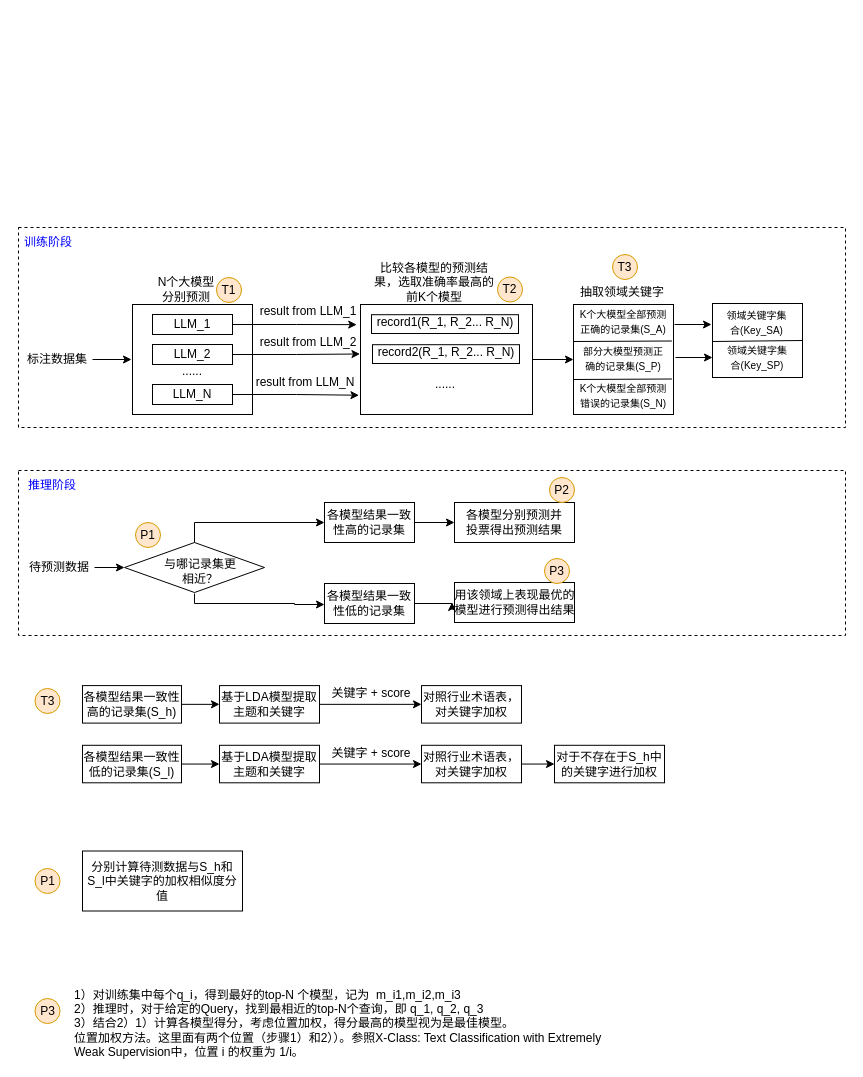
Before: patent_模型结果集成.drawio in CindyZX/drawio_figures, a draw.io diagram. Source tidied: cells renumbered, new cells numbered last; positions are measured from the earlier drawing's top-left corner, leaving out a move shared by most shapes. Both pictures are drawn from the tidied source at 100%, with x=0, y=0 at pixel (18, 227).
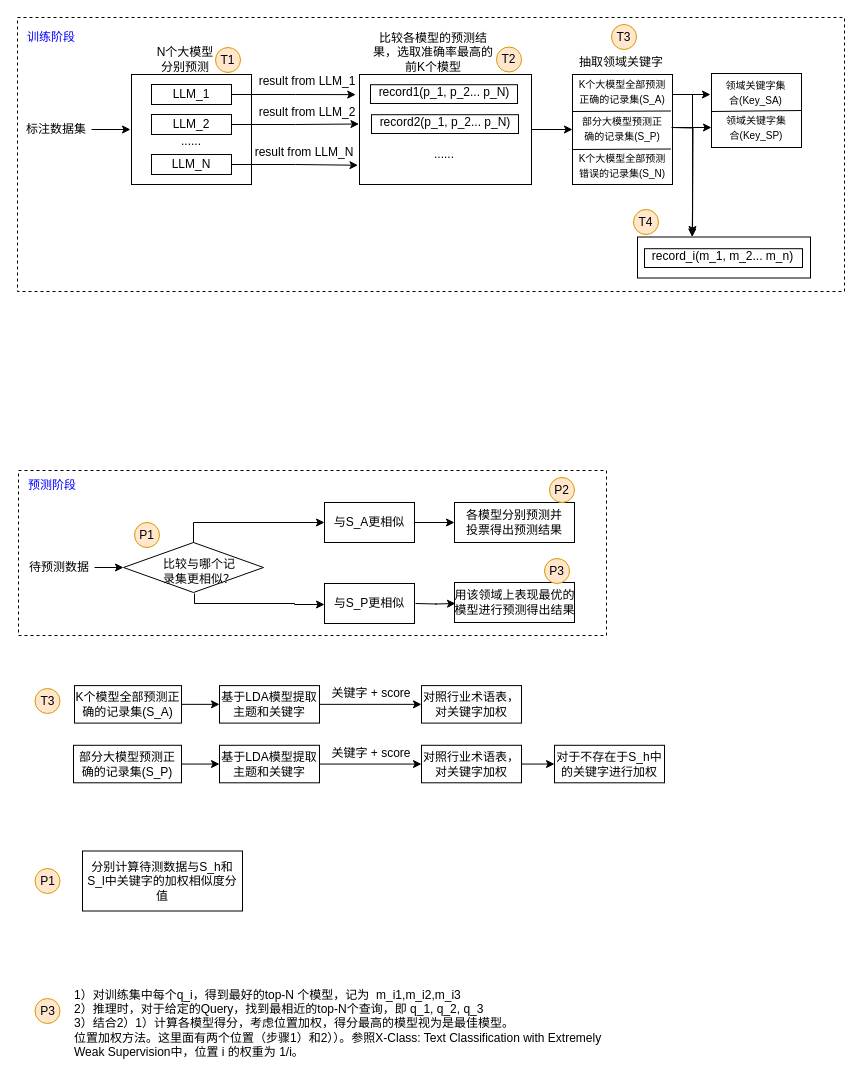
The same page after the edit.

Commit message:
更新patent_模型结果集成.drawio

The change refers to these unchanged cells:
```xml
<mxCell id="54" value="用该领域上表现最优的模型进行预测得出结果" style="text;html=1;align=center;verticalAlign=middle;whiteSpace=wrap;rounded=0;" parent="1" vertex="1">
  <mxGeometry x="433.5" y="360" width="125" height="30" as="geometry" />
</mxCell>
```

Diff of the diagram source:
```diff
@@
     <mxCell id="2" style="rounded=0;whiteSpace=wrap;html=1;dashed=1;" parent="1" vertex="1">
-      <mxGeometry y="243" width="827" height="165" as="geometry" />
+      <mxGeometry y="243" width="588" height="165" as="geometry" />
     </mxCell>
     <mxCell id="3" style="rounded=0;whiteSpace=wrap;html=1;dashed=1;" parent="1" vertex="1">
-      <mxGeometry width="827" height="200" as="geometry" />
+      <mxGeometry x="-1" y="-210" width="827" height="274" as="geometry" />
     </mxCell>
     <mxCell id="4" style="rounded=0;whiteSpace=wrap;html=1;" parent="1" vertex="1">
-      <mxGeometry x="114" y="77" width="120" height="110" as="geometry" />
+      <mxGeometry x="113" y="-153" width="120" height="110" as="geometry" />
     </mxCell>
     <mxCell id="5" value="标注数据集" style="text;html=1;align=center;verticalAlign=middle;whiteSpace=wrap;rounded=0;" parent="1" vertex="1">
-      <mxGeometry x="4" y="117" width="70" height="30" as="geometry" />
+      <mxGeometry x="3" y="-113" width="70" height="30" as="geometry" />
     </mxCell>
     <mxCell id="6" value="LLM_1" style="rounded=0;whiteSpace=wrap;html=1;" parent="1" vertex="1">
-      <mxGeometry x="134" y="87" width="80" height="20" as="geometry" />
+      <mxGeometry x="133" y="-143" width="80" height="20" as="geometry" />
     </mxCell>
     <mxCell id="7" value="LLM_2" style="rounded=0;whiteSpace=wrap;html=1;" parent="1" vertex="1">
-      <mxGeometry x="134" y="117" width="80" height="20" as="geometry" />
+      <mxGeometry x="133" y="-113" width="80" height="20" as="geometry" />
     </mxCell>
     <mxCell id="8" value="LLM_N" style="rounded=0;whiteSpace=wrap;html=1;" parent="1" vertex="1">
-      <mxGeometry x="134" y="157" width="80" height="20" as="geometry" />
+      <mxGeometry x="133" y="-73" width="80" height="20" as="geometry" />
     </mxCell>
     <mxCell id="9" value="......" style="text;html=1;align=center;verticalAlign=middle;whiteSpace=wrap;rounded=0;" parent="1" vertex="1">
-      <mxGeometry x="144" y="134" width="60" height="20" as="geometry" />
+      <mxGeometry x="143" y="-96" width="60" height="20" as="geometry" />
     </mxCell>
     <mxCell id="10" style="edgeStyle=orthogonalEdgeStyle;rounded=0;jettySize=auto;html=1;exitX=1;exitY=0.5;exitDx=0;exitDy=0;entryX=-0.008;entryY=0.566;entryDx=0;entryDy=0;entryPerimeter=0;" parent="1" edge="1" source="5">
       <mxGeometry relative="1" as="geometry">
-        <mxPoint x="113" y="132.3" as="targetPoint" />
+        <mxPoint x="112" y="-97.7" as="targetPoint" />
       </mxGeometry>
     </mxCell>
     <mxCell id="11" value="N个大模型分别预测" style="text;html=1;align=center;verticalAlign=middle;whiteSpace=wrap;rounded=0;" parent="1" vertex="1">
-      <mxGeometry x="138" y="47" width="60" height="30" as="geometry" />
+      <mxGeometry x="137" y="-183" width="60" height="30" as="geometry" />
     </mxCell>
@@
     <mxCell id="13" style="rounded=0;whiteSpace=wrap;html=1;" parent="1" vertex="1">
-      <mxGeometry x="342" y="77" width="172" height="110" as="geometry" />
+      <mxGeometry x="341" y="-153" width="172" height="110" as="geometry" />
     </mxCell>
     <mxCell id="14" value="比较各模型的预测结果，选取准确率最高的前K个模型" style="text;html=1;align=center;verticalAlign=middle;whiteSpace=wrap;rounded=0;" parent="1" vertex="1">
-      <mxGeometry x="353" y="40" width="126" height="30" as="geometry" />
+      <mxGeometry x="352" y="-190" width="126" height="30" as="geometry" />
     </mxCell>
@@
     <mxCell id="16" value="result from LLM_1" style="text;html=1;align=center;verticalAlign=middle;whiteSpace=wrap;rounded=0;" parent="1" vertex="1">
-      <mxGeometry x="240" y="69" width="100" height="30" as="geometry" />
+      <mxGeometry x="239" y="-161" width="100" height="30" as="geometry" />
     </mxCell>
@@
     <mxCell id="18" value="result from LLM_2" style="text;html=1;align=center;verticalAlign=middle;whiteSpace=wrap;rounded=0;" parent="1" vertex="1">
-      <mxGeometry x="240" y="100" width="100" height="30" as="geometry" />
+      <mxGeometry x="239" y="-130" width="100" height="30" as="geometry" />
     </mxCell>
@@
     <mxCell id="20" value="result from LLM_N" style="text;html=1;align=center;verticalAlign=middle;whiteSpace=wrap;rounded=0;" parent="1" vertex="1">
-      <mxGeometry x="235" y="140" width="104" height="30" as="geometry" />
+      <mxGeometry x="234" y="-90" width="104" height="30" as="geometry" />
     </mxCell>
     <mxCell id="21" style="group;" parent="1" vertex="1">
-      <mxGeometry x="353" y="86" width="147" height="20" as="geometry" />
+      <mxGeometry x="352" y="-144" width="147" height="20" as="geometry" />
     </mxCell>
@@
-    <mxCell id="23" value="record1(R_1, R_2... R_N)" style="text;html=1;align=center;verticalAlign=middle;whiteSpace=wrap;rounded=0;" parent="21" vertex="1">
+    <mxCell id="23" value="record1(p_1, p_2... p_N)" style="text;html=1;align=center;verticalAlign=middle;whiteSpace=wrap;rounded=0;" parent="21" vertex="1">
       <mxGeometry x="3.5" width="140" height="18.8" as="geometry" />
     </mxCell>
     <mxCell id="24" style="group;" parent="1" vertex="1">
-      <mxGeometry x="354" y="116" width="147" height="20" as="geometry" />
+      <mxGeometry x="353" y="-114" width="147" height="20" as="geometry" />
     </mxCell>
@@
-    <mxCell id="26" value="record2(R_1, R_2... R_N)" style="text;html=1;align=center;verticalAlign=middle;whiteSpace=wrap;rounded=0;" parent="24" vertex="1">
+    <mxCell id="26" value="record2(p_1, p_2... p_N)" style="text;html=1;align=center;verticalAlign=middle;whiteSpace=wrap;rounded=0;" parent="24" vertex="1">
       <mxGeometry x="3.5" width="140" height="18.8" as="geometry" />
     </mxCell>
     <mxCell id="27" value="......" style="text;html=1;align=center;verticalAlign=middle;whiteSpace=wrap;rounded=0;" parent="1" vertex="1">
-      <mxGeometry x="396.5" y="147" width="60" height="20" as="geometry" />
+      <mxGeometry x="395.5" y="-83" width="60" height="20" as="geometry" />
     </mxCell>
+    <mxCell id="85" style="edgeStyle=orthogonalEdgeStyle;rounded=0;jettySize=auto;html=1;exitX=1;exitY=0.75;exitDx=0;exitDy=0;entryX=0.316;entryY=0;entryDx=0;entryDy=0;entryPerimeter=0;" parent="1" edge="1" source="28" target="87">
+      <mxGeometry relative="1" as="geometry">
+        <Array as="points">
+          <mxPoint x="654" y="-133" />
+          <mxPoint x="674" y="-133" />
+          <mxPoint x="674" y="-17" />
+          <mxPoint x="673" y="-17" />
+        </Array>
+      </mxGeometry>
+    </mxCell>
     <mxCell id="28" style="rounded=0;whiteSpace=wrap;html=1;" parent="1" vertex="1">
-      <mxGeometry x="555" y="77" width="100" height="110" as="geometry" />
+      <mxGeometry x="554" y="-153" width="100" height="110" as="geometry" />
     </mxCell>
     <mxCell id="29" style="endArrow=none;html=1;rounded=0;" parent="1" edge="1" target="28">
       <mxGeometry relative="1" as="geometry">
-        <mxPoint x="555" y="114.7" as="sourcePoint" />
+        <mxPoint x="554" y="-115.3" as="sourcePoint" />
       </mxGeometry>
     </mxCell>
     <mxCell id="30" style="endArrow=none;html=1;rounded=0;entryX=0.984;entryY=0.359;entryDx=0;entryDy=0;entryPerimeter=0;" parent="1" edge="1">
       <mxGeometry relative="1" as="geometry">
-        <mxPoint x="555" y="114" as="sourcePoint" />
-        <mxPoint x="653.4" y="113.5" as="targetPoint" />
+        <mxPoint x="554" y="-116" as="sourcePoint" />
+        <mxPoint x="652.4" y="-116.5" as="targetPoint" />
       </mxGeometry>
     </mxCell>
     <mxCell id="31" value="&lt;font style=&quot;font-size: 10px;&quot;&gt;K个大模型全部预测正确的记录集(S_A)&lt;/font&gt;" style="text;html=1;align=center;verticalAlign=middle;whiteSpace=wrap;rounded=0;" parent="1" vertex="1">
-      <mxGeometry x="560" y="79" width="90" height="30" as="geometry" />
+      <mxGeometry x="559" y="-151" width="90" height="30" as="geometry" />
     </mxCell>
     <mxCell id="32" value="&lt;font style=&quot;font-size: 10px;&quot;&gt;部分大模型预测正确的记录集(S_P)&lt;/font&gt;" style="text;html=1;align=center;verticalAlign=middle;whiteSpace=wrap;rounded=0;" parent="1" vertex="1">
-      <mxGeometry x="560" y="116" width="90" height="30" as="geometry" />
+      <mxGeometry x="559" y="-114" width="90" height="30" as="geometry" />
     </mxCell>
     <mxCell id="33" style="rounded=0;whiteSpace=wrap;html=1;" parent="1" vertex="1">
-      <mxGeometry x="694" y="76" width="90" height="74" as="geometry" />
+      <mxGeometry x="693" y="-154" width="90" height="74" as="geometry" />
     </mxCell>
     <mxCell id="34" style="endArrow=none;html=1;rounded=0;" parent="1" edge="1" target="33">
       <mxGeometry relative="1" as="geometry">
-        <mxPoint x="694" y="115.5" as="sourcePoint" />
+        <mxPoint x="693" y="-114.5" as="sourcePoint" />
       </mxGeometry>
     </mxCell>
     <mxCell id="35" style="endArrow=none;html=1;rounded=0;" parent="1" edge="1">
       <mxGeometry relative="1" as="geometry">
-        <mxPoint x="694" y="114" as="sourcePoint" />
-        <mxPoint x="784" y="113" as="targetPoint" />
+        <mxPoint x="693" y="-116" as="sourcePoint" />
+        <mxPoint x="783" y="-117" as="targetPoint" />
       </mxGeometry>
     </mxCell>
     <mxCell id="36" value="&lt;font style=&quot;font-size: 10px;&quot;&gt;领域关键字集合(Key_SA)&lt;/font&gt;" style="text;html=1;align=center;verticalAlign=middle;whiteSpace=wrap;rounded=0;" parent="1" vertex="1">
-      <mxGeometry x="707" y="80" width="63" height="30" as="geometry" />
+      <mxGeometry x="706" y="-150" width="63" height="30" as="geometry" />
     </mxCell>
     <mxCell id="37" value="&lt;font style=&quot;font-size: 10px;&quot;&gt;领域关键字集合(Key_SP)&lt;/font&gt;" style="text;html=1;align=center;verticalAlign=middle;whiteSpace=wrap;rounded=0;" parent="1" vertex="1">
-      <mxGeometry x="703.5" y="115" width="70" height="30" as="geometry" />
+      <mxGeometry x="702.5" y="-115" width="70" height="30" as="geometry" />
     </mxCell>
@@
     <mxCell id="40" style="group;" parent="1" vertex="1">
-      <mxGeometry x="106" y="315" width="140" height="50" as="geometry" />
+      <mxGeometry x="105" y="315" width="140" height="50" as="geometry" />
     </mxCell>
@@
-    <mxCell id="42" value="与哪记录集更相近？" style="text;html=1;align=center;verticalAlign=middle;whiteSpace=wrap;rounded=0;" parent="40" vertex="1">
+    <mxCell id="42" value="比较与哪个记录集更相似？" style="text;html=1;align=center;verticalAlign=middle;whiteSpace=wrap;rounded=0;" parent="40" vertex="1">
       <mxGeometry x="36" y="14" width="80" height="30" as="geometry" />
     </mxCell>
@@
-    <mxCell id="45" value="各模型结果一致性高的记录集" style="rounded=0;whiteSpace=wrap;html=1;" parent="1" vertex="1">
+    <mxCell id="45" value="与S_A更相似" style="rounded=0;whiteSpace=wrap;html=1;" parent="1" vertex="1">
       <mxGeometry x="306" y="275" width="90" height="40" as="geometry" />
     </mxCell>
-    <mxCell id="46" style="edgeStyle=orthogonalEdgeStyle;rounded=0;jettySize=auto;html=1;exitX=1;exitY=0.5;exitDx=0;exitDy=0;entryX=0;entryY=0.5;entryDx=0;entryDy=0;" parent="1" edge="1" source="47" target="54">
-      <mxGeometry relative="1" as="geometry" />
-    </mxCell>
-    <mxCell id="47" value="各模型结果一致性低的记录集" style="rounded=0;whiteSpace=wrap;html=1;" parent="1" vertex="1">
+    <mxCell id="47" value="与S_P更相似" style="rounded=0;whiteSpace=wrap;html=1;" parent="1" vertex="1">
       <mxGeometry x="306" y="356" width="90" height="40" as="geometry" />
     </mxCell>
     <mxCell id="48" value="抽取领域关键字" style="text;html=1;align=center;verticalAlign=middle;whiteSpace=wrap;rounded=0;" parent="1" vertex="1">
-      <mxGeometry x="559" y="50" width="90" height="30" as="geometry" />
+      <mxGeometry x="558" y="-180" width="90" height="30" as="geometry" />
     </mxCell>
@@
     <mxCell id="55" value="T1" style="ellipse;whiteSpace=wrap;html=1;fillColor=#ffe6cc;strokeColor=#d79b00;" parent="1" vertex="1">
-      <mxGeometry x="198" y="50" width="25" height="25" as="geometry" />
+      <mxGeometry x="197" y="-180" width="25" height="25" as="geometry" />
     </mxCell>
     <mxCell id="56" value="T2" style="ellipse;whiteSpace=wrap;html=1;fillColor=#ffe6cc;strokeColor=#d79b00;" parent="1" vertex="1">
-      <mxGeometry x="479" y="49.5" width="25" height="25" as="geometry" />
+      <mxGeometry x="478" y="-180.5" width="25" height="25" as="geometry" />
     </mxCell>
     <mxCell id="57" value="T3" style="ellipse;whiteSpace=wrap;html=1;fillColor=#ffe6cc;strokeColor=#d79b00;" parent="1" vertex="1">
-      <mxGeometry x="594" y="27" width="25" height="25" as="geometry" />
+      <mxGeometry x="593" y="-203" width="25" height="25" as="geometry" />
     </mxCell>
@@
-    <mxCell id="66" value="各模型结果一致性高的记录集(S_h)" style="rounded=0;whiteSpace=wrap;html=1;" parent="1" vertex="1">
-      <mxGeometry x="64" y="458.1" width="99" height="37.5" as="geometry" />
+    <mxCell id="66" value="K个模型全部预测正确的记录集(S_A)" style="rounded=0;whiteSpace=wrap;html=1;" parent="1" vertex="1">
+      <mxGeometry x="56" y="458.1" width="107" height="37.5" as="geometry" />
     </mxCell>
@@
-    <mxCell id="73" value="各模型结果一致性低的记录集(S_l)" style="rounded=0;whiteSpace=wrap;html=1;" parent="1" vertex="1">
-      <mxGeometry x="64" y="517.8" width="99" height="37.5" as="geometry" />
+    <mxCell id="73" value="部分大模型预测正确的记录集(S_P)" style="rounded=0;whiteSpace=wrap;html=1;" parent="1" vertex="1">
+      <mxGeometry x="55" y="517.8" width="108" height="37.5" as="geometry" />
     </mxCell>
@@
     <mxCell id="79" value="&lt;font color=&quot;#0000ff&quot;&gt;训练阶段&lt;/font&gt;" style="text;html=1;align=center;verticalAlign=middle;whiteSpace=wrap;rounded=0;" parent="1" vertex="1">
-      <mxGeometry width="60" height="30" as="geometry" />
+      <mxGeometry x="3" y="-205.5" width="60" height="30" as="geometry" />
     </mxCell>
-    <mxCell id="80" value="&lt;font color=&quot;#0000ff&quot;&gt;推理阶段&lt;/font&gt;" style="text;html=1;align=center;verticalAlign=middle;whiteSpace=wrap;rounded=0;" parent="1" vertex="1">
+    <mxCell id="80" value="&lt;font color=&quot;#0000ff&quot;&gt;预测阶段&lt;/font&gt;" style="text;html=1;align=center;verticalAlign=middle;whiteSpace=wrap;rounded=0;" parent="1" vertex="1">
       <mxGeometry x="4" y="243" width="60" height="30" as="geometry" />
     </mxCell>
     <mxCell id="81" style="endArrow=none;html=1;rounded=0;entryX=0.984;entryY=0.359;entryDx=0;entryDy=0;entryPerimeter=0;" parent="1" edge="1">
       <mxGeometry relative="1" as="geometry">
-        <mxPoint x="555" y="152" as="sourcePoint" />
-        <mxPoint x="653.4" y="151.5" as="targetPoint" />
+        <mxPoint x="554" y="-78" as="sourcePoint" />
+        <mxPoint x="652.4" y="-78.5" as="targetPoint" />
       </mxGeometry>
     </mxCell>
+    <mxCell id="86" style="edgeStyle=orthogonalEdgeStyle;rounded=0;orthogonalLoop=1;jettySize=auto;html=1;" parent="1" edge="1">
+      <mxGeometry relative="1" as="geometry">
+        <mxPoint x="653" y="-100" as="sourcePoint" />
+        <mxPoint x="674" y="7" as="targetPoint" />
+      </mxGeometry>
+    </mxCell>
     <mxCell id="82" value="&lt;font style=&quot;font-size: 10px;&quot;&gt;K个大模型全部预测错误的记录集(S_N)&lt;/font&gt;" style="text;html=1;align=center;verticalAlign=middle;whiteSpace=wrap;rounded=0;" parent="1" vertex="1">
-      <mxGeometry x="560" y="153" width="90" height="30" as="geometry" />
+      <mxGeometry x="559" y="-77" width="90" height="30" as="geometry" />
     </mxCell>
     <mxCell id="83" style="edgeStyle=orthogonalEdgeStyle;rounded=0;orthogonalLoop=1;jettySize=auto;html=1;exitX=1;exitY=0.5;exitDx=0;exitDy=0;" parent="1" edge="1">
       <mxGeometry relative="1" as="geometry">
-        <mxPoint x="656" y="97" as="sourcePoint" />
-        <mxPoint x="693" y="97" as="targetPoint" />
+        <mxPoint x="655" y="-133" as="sourcePoint" />
+        <mxPoint x="692" y="-133" as="targetPoint" />
       </mxGeometry>
     </mxCell>
     <mxCell id="84" style="edgeStyle=orthogonalEdgeStyle;rounded=0;orthogonalLoop=1;jettySize=auto;html=1;exitX=1;exitY=0.5;exitDx=0;exitDy=0;" parent="1" edge="1">
       <mxGeometry relative="1" as="geometry">
-        <mxPoint x="657" y="130" as="sourcePoint" />
-        <mxPoint x="694" y="130" as="targetPoint" />
+        <mxPoint x="656" y="-100" as="sourcePoint" />
+        <mxPoint x="693" y="-100" as="targetPoint" />
       </mxGeometry>
     </mxCell>
+    <mxCell id="87" style="rounded=0;whiteSpace=wrap;html=1;" parent="1" vertex="1">
+      <mxGeometry x="619" y="9.5" width="173" height="41" as="geometry" />
+    </mxCell>
+    <mxCell id="88" style="group;" parent="1" vertex="1">
+      <mxGeometry x="626" y="20" width="158" height="20" as="geometry" />
+    </mxCell>
+    <mxCell id="89" style="rounded=0;whiteSpace=wrap;html=1;" parent="88" vertex="1">
+      <mxGeometry y="1.2" width="158" height="18.8" as="geometry" />
+    </mxCell>
+    <mxCell id="90" value="record_i(m_1, m_2... m_n)" style="text;html=1;align=center;verticalAlign=middle;whiteSpace=wrap;rounded=0;" parent="88" vertex="1">
+      <mxGeometry x="5.5" width="144.5" height="18.8" as="geometry" />
+    </mxCell>
+    <mxCell id="91" value="T4" style="ellipse;whiteSpace=wrap;html=1;fillColor=#ffe6cc;strokeColor=#d79b00;" parent="1" vertex="1">
+      <mxGeometry x="615" y="-18" width="25" height="25" as="geometry" />
+    </mxCell>
+    <mxCell id="92" style="edgeStyle=orthogonalEdgeStyle;rounded=0;orthogonalLoop=1;jettySize=auto;html=1;exitX=1;exitY=0.5;exitDx=0;exitDy=0;entryX=0;entryY=0.5;entryDx=0;entryDy=0;" parent="1" edge="1">
+      <mxGeometry relative="1" as="geometry">
+        <mxPoint x="397" y="376" as="sourcePoint" />
+        <mxPoint x="437" y="376" as="targetPoint" />
+      </mxGeometry>
+    </mxCell>
```
